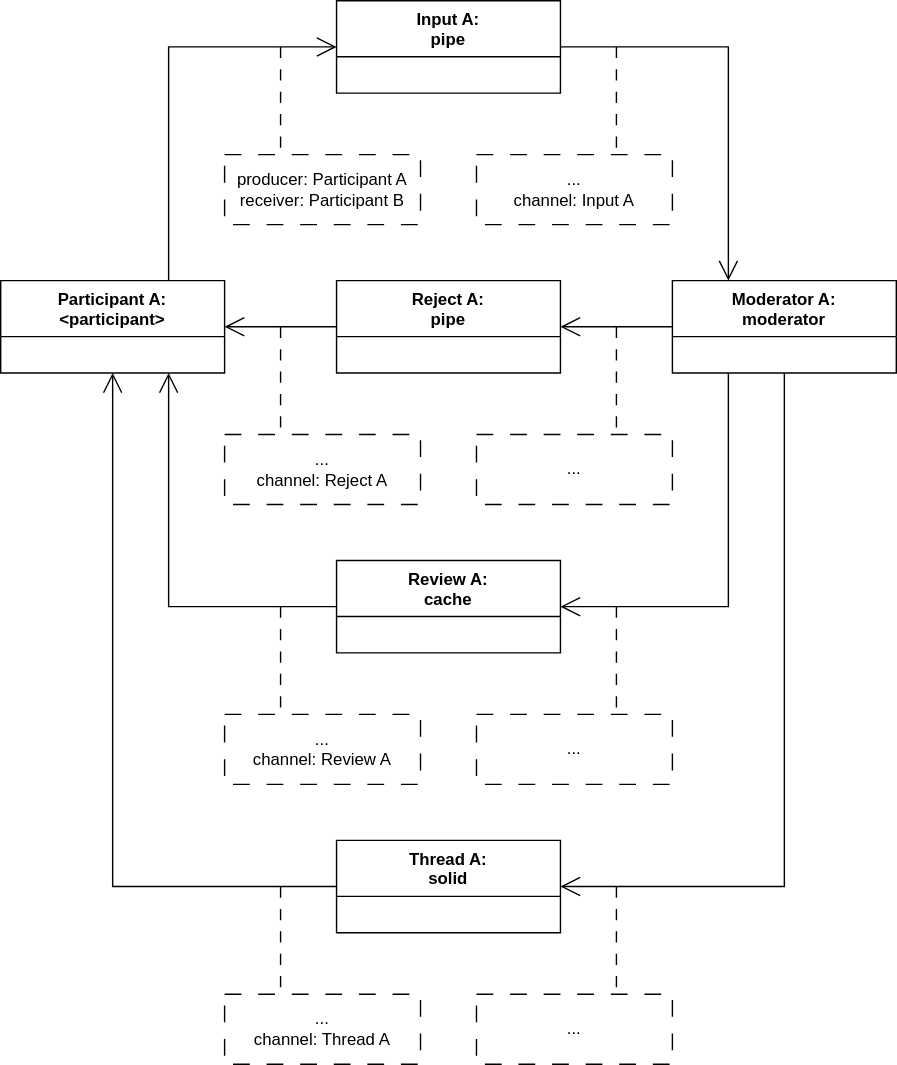
Earlier version of the draw.io export doc/moderated_speech.svg (vitalii-samoilenko/ai-chat-bot). Source tidied: cells renumbered, new cells last; positions are measured from the earlier drawing's top-left corner, leaving out a move shared by most shapes.
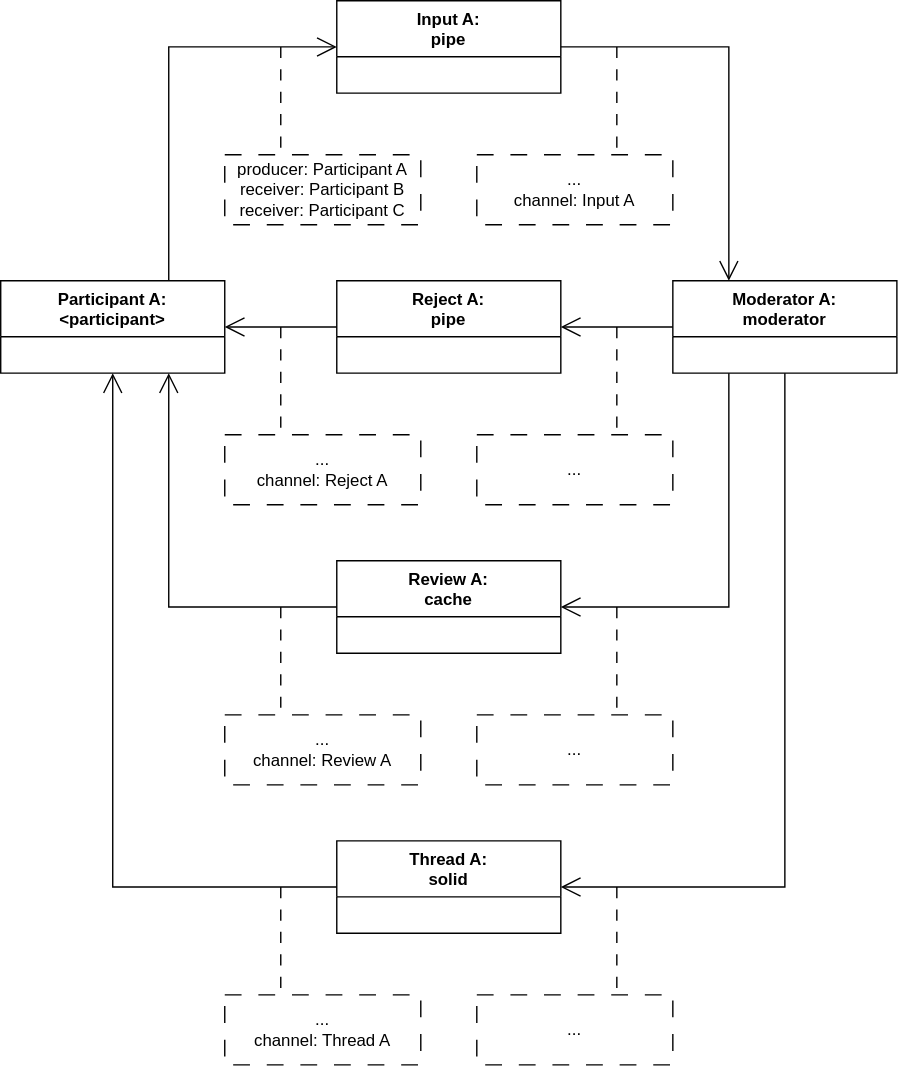
After the change.

Diff of the diagram source:
```diff
@@ -68,7 +68,7 @@
         </Array>
       </mxGeometry>
     </mxCell>
-    <mxCell id="16" value="producer: Participant A&lt;div&gt;receiver: Participant B&lt;/div&gt;" style="html=1;whiteSpace=wrap;dashed=1;dashPattern=12 12;fillColor=none;" parent="1" vertex="1">
+    <mxCell id="16" value="producer: Participant A&lt;div&gt;receiver: Participant B&lt;/div&gt;&lt;div&gt;receiver: Participant C&lt;/div&gt;" style="html=1;whiteSpace=wrap;dashed=1;dashPattern=12 12;fillColor=none;" parent="1" vertex="1">
       <mxGeometry x="160" y="110" width="140" height="50" as="geometry" />
     </mxCell>
     <mxCell id="17" value="...&lt;br&gt;&lt;div&gt;channel: Input A&lt;/div&gt;" style="html=1;whiteSpace=wrap;dashed=1;dashPattern=12 12;fillColor=none;" parent="1" vertex="1">
```
